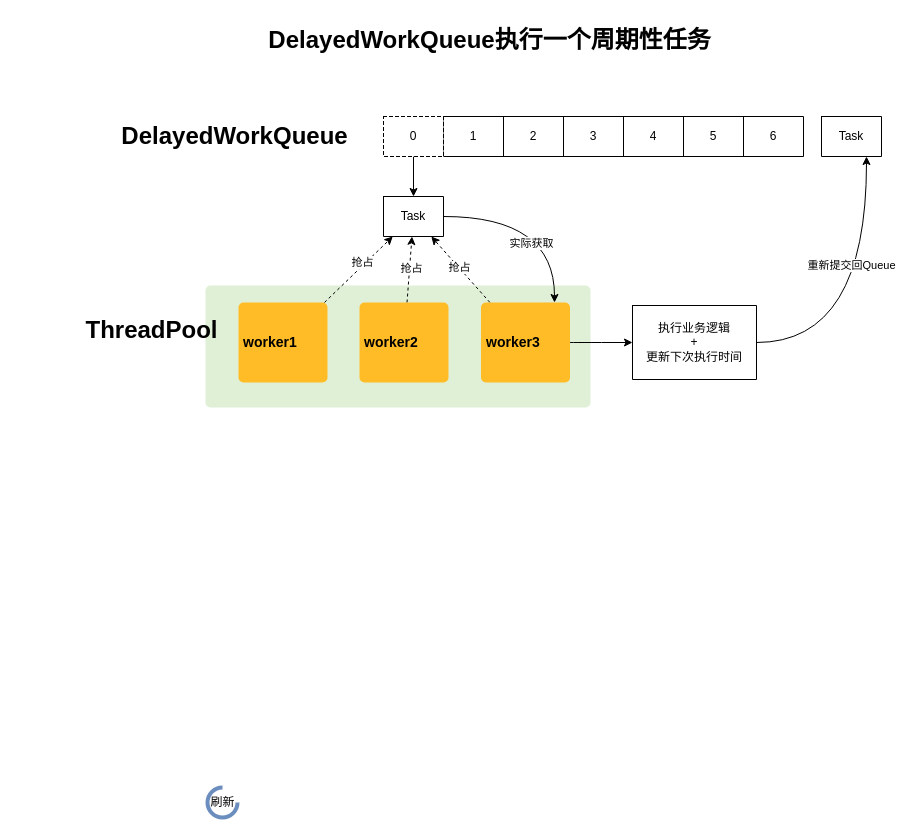
Earlier version of the draw.io diagram doc/画图/ScheduledExecutorService调度示意图.drawio (mjjjjjjjjjjy/mjy-java-shedule-techenology). Source tidied: cells renumbered, new cells numbered last; positions are measured from the earlier drawing's top-left corner, leaving out a move shared by most shapes. Both pictures are drawn from the tidied source at 100%, with x=0, y=0 at pixel (17, 17).
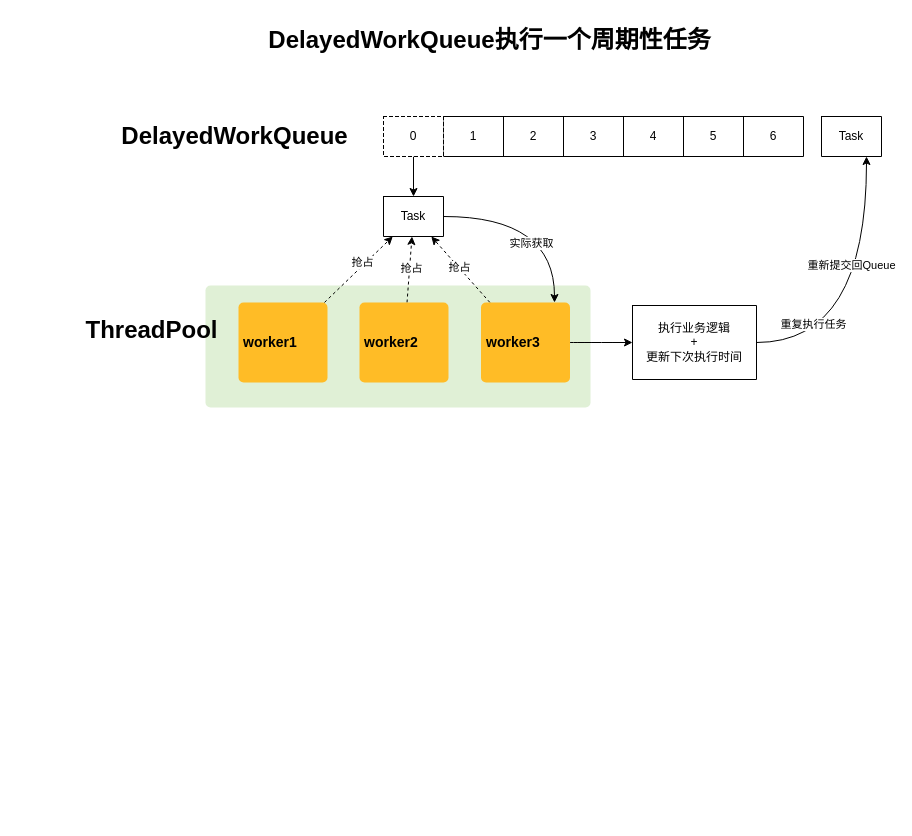
The same diagram, later.

Unchanged cells that the change refers to:
```xml
<mxCell id="36" style="edgeStyle=orthogonalEdgeStyle;curved=1;rounded=0;jettySize=auto;html=1;entryX=0.75;entryY=1;entryDx=0;entryDy=0;entryPerimeter=0;" parent="1" edge="1" source="34" target="39">
  <mxGeometry relative="1" as="geometry" />
</mxCell>
```

Change to the diagram source:
```diff
@@
-    <mxCell id="16" value="刷新" style="html=1;shadow=0;dashed=0;shape=mxgraph.basic.arc;startAngle=0.25;endAngle=1;strokeWidth=4;strokeColor=#6c8ebf;fillColor=#dae8fc;" parent="1" vertex="1">
-      <mxGeometry x="190" y="770" width="30" height="30" as="geometry" />
-    </mxCell>
@@
+    <mxCell id="42" value="重复执行任务" style="edgeLabel;html=1;align=center;verticalAlign=middle;" parent="36" vertex="1">
+      <mxGeometry x="-0.62" y="19" relative="1" as="geometry" />
+    </mxCell>
```
